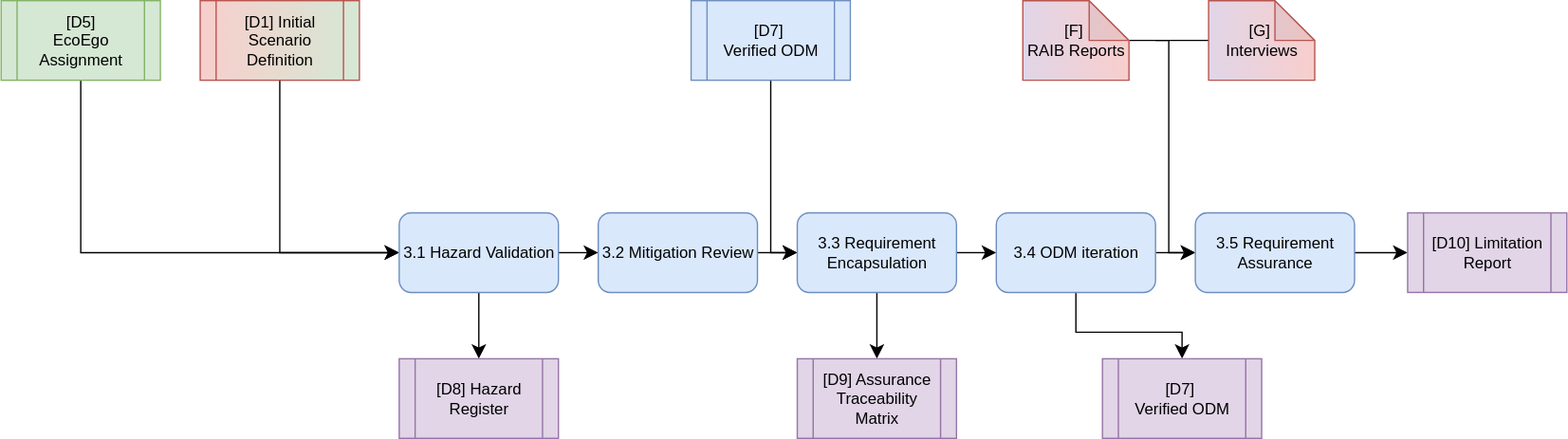
Earlier version of the draw.io export public/diagrams/step-3.svg (TortoiseFather/sacred-site). Source tidied: cells renumbered, new cells last; positions are measured from the earlier drawing's top-left corner, leaving out a move shared by most shapes. Its diagram source:
```xml
<mxGraphModel>
  <root>
    <mxCell id="0" />
    <mxCell id="1" parent="0" />
    <mxCell id="2" style="edgeStyle=none;curved=0;rounded=0;jettySize=auto;html=1;entryX=0;entryY=0.5;entryDx=0;entryDy=0;fontSize=12;startSize=8;endSize=8;" parent="1" edge="1" source="3" target="12">
      <mxGeometry relative="1" as="geometry">
        <Array as="points">
          <mxPoint x="210" y="190" />
        </Array>
      </mxGeometry>
    </mxCell>
    <mxCell id="3" value="[D1] Initial Scenario Definition" style="shape=process;whiteSpace=wrap;html=1;backgroundOutline=1;fillColor=#f8cecc;strokeColor=#b85450;gradientColor=#D5E8D4;gradientDirection=east;" parent="1" vertex="1">
      <mxGeometry x="150" width="120" height="60" as="geometry" />
    </mxCell>
    <mxCell id="4" style="edgeStyle=none;curved=0;rounded=0;jettySize=auto;html=1;fontSize=12;startSize=8;endSize=8;" parent="1" edge="1" source="5">
      <mxGeometry relative="1" as="geometry">
        <mxPoint x="300" y="190" as="targetPoint" />
        <Array as="points">
          <mxPoint x="60" y="190" />
        </Array>
      </mxGeometry>
    </mxCell>
    <mxCell id="5" value="&lt;div&gt;[D5]&lt;/div&gt;&lt;div&gt;EcoEgo Assignment&lt;/div&gt;" style="shape=process;whiteSpace=wrap;html=1;backgroundOutline=1;fillColor=#d5e8d4;strokeColor=#82b366;" parent="1" vertex="1">
      <mxGeometry width="120" height="60" as="geometry" />
    </mxCell>
    <mxCell id="6" style="edgeStyle=none;curved=0;rounded=0;jettySize=auto;html=1;entryX=0;entryY=0.5;entryDx=0;entryDy=0;fontSize=12;startSize=8;endSize=8;" parent="1" edge="1" source="7" target="17">
      <mxGeometry relative="1" as="geometry">
        <Array as="points">
          <mxPoint x="580" y="190" />
        </Array>
      </mxGeometry>
    </mxCell>
    <mxCell id="7" value="&lt;div&gt;[D7]&amp;nbsp;&lt;/div&gt;&lt;div&gt;Verified ODM&lt;/div&gt;" style="shape=process;whiteSpace=wrap;html=1;backgroundOutline=1;fillColor=#dae8fc;strokeColor=#6c8ebf;" parent="1" vertex="1">
      <mxGeometry x="520" width="120" height="60" as="geometry" />
    </mxCell>
    <mxCell id="8" style="edgeStyle=none;curved=0;rounded=0;jettySize=auto;html=1;entryX=0;entryY=0.5;entryDx=0;entryDy=0;fontSize=12;startSize=8;endSize=8;" parent="1" edge="1" source="9" target="22">
      <mxGeometry relative="1" as="geometry">
        <Array as="points">
          <mxPoint x="880" y="30" />
          <mxPoint x="880" y="190" />
        </Array>
      </mxGeometry>
    </mxCell>
    <mxCell id="9" value="&lt;div&gt;[F]&amp;nbsp;&lt;/div&gt;&lt;div&gt;RAIB Reports&lt;/div&gt;" style="shape=note;whiteSpace=wrap;html=1;backgroundOutline=1;darkOpacity=0.05;fillColor=#f8cecc;strokeColor=#b85450;gradientColor=#E1D5E7;gradientDirection=west;" parent="1" vertex="1">
      <mxGeometry x="770" width="80" height="60" as="geometry" />
    </mxCell>
    <mxCell id="10" style="edgeStyle=none;curved=1;rounded=0;jettySize=auto;html=1;fontSize=12;startSize=8;endSize=8;" parent="1" edge="1" source="12" target="14">
      <mxGeometry relative="1" as="geometry" />
    </mxCell>
    <mxCell id="11" style="edgeStyle=none;curved=1;rounded=0;jettySize=auto;html=1;fontSize=12;startSize=8;endSize=8;" parent="1" edge="1" source="12" target="25">
      <mxGeometry relative="1" as="geometry" />
    </mxCell>
    <mxCell id="12" value="3.1 Hazard Validation" style="rounded=1;whiteSpace=wrap;html=1;fillColor=#dae8fc;strokeColor=#6c8ebf;" parent="1" vertex="1">
      <mxGeometry x="300" y="160" width="120" height="60" as="geometry" />
    </mxCell>
    <mxCell id="13" style="edgeStyle=none;curved=1;rounded=0;jettySize=auto;html=1;fontSize=12;startSize=8;endSize=8;" parent="1" edge="1" source="14" target="17">
      <mxGeometry relative="1" as="geometry" />
    </mxCell>
    <mxCell id="14" value="3.2 Mitigation Review" style="rounded=1;whiteSpace=wrap;html=1;fillColor=#dae8fc;strokeColor=#6c8ebf;" parent="1" vertex="1">
      <mxGeometry x="450" y="160" width="120" height="60" as="geometry" />
    </mxCell>
    <mxCell id="15" style="edgeStyle=none;curved=1;rounded=0;jettySize=auto;html=1;fontSize=12;startSize=8;endSize=8;" parent="1" edge="1" source="17" target="20">
      <mxGeometry relative="1" as="geometry" />
    </mxCell>
    <mxCell id="16" style="edgeStyle=none;curved=1;rounded=0;jettySize=auto;html=1;fontSize=12;startSize=8;endSize=8;" parent="1" edge="1" source="17" target="26">
      <mxGeometry relative="1" as="geometry" />
    </mxCell>
    <mxCell id="17" value="3.3 Requirement Encapsulation" style="rounded=1;whiteSpace=wrap;html=1;fillColor=#dae8fc;strokeColor=#6c8ebf;" parent="1" vertex="1">
      <mxGeometry x="600" y="160" width="120" height="60" as="geometry" />
    </mxCell>
    <mxCell id="18" style="edgeStyle=none;curved=0;rounded=0;jettySize=auto;html=1;entryX=0.5;entryY=0;entryDx=0;entryDy=0;fontSize=12;startSize=8;endSize=8;" parent="1" edge="1" source="20" target="28">
      <mxGeometry relative="1" as="geometry">
        <Array as="points">
          <mxPoint x="810" y="250" />
          <mxPoint x="890" y="250" />
        </Array>
      </mxGeometry>
    </mxCell>
    <mxCell id="19" style="edgeStyle=none;curved=1;rounded=0;jettySize=auto;html=1;fontSize=12;startSize=8;endSize=8;" parent="1" edge="1" source="20" target="22">
      <mxGeometry relative="1" as="geometry" />
    </mxCell>
    <mxCell id="20" value="3.4 ODM iteration" style="rounded=1;whiteSpace=wrap;html=1;fillColor=#dae8fc;strokeColor=#6c8ebf;" parent="1" vertex="1">
      <mxGeometry x="750" y="160" width="120" height="60" as="geometry" />
    </mxCell>
    <mxCell id="21" style="edgeStyle=none;curved=1;rounded=0;jettySize=auto;html=1;fontSize=12;startSize=8;endSize=8;" parent="1" edge="1" source="22" target="27">
      <mxGeometry relative="1" as="geometry" />
    </mxCell>
    <mxCell id="22" value="3.5 Requirement Assurance" style="rounded=1;whiteSpace=wrap;html=1;fillColor=#dae8fc;strokeColor=#6c8ebf;" parent="1" vertex="1">
      <mxGeometry x="900" y="160" width="120" height="60" as="geometry" />
    </mxCell>
    <mxCell id="23" style="edgeStyle=none;curved=1;rounded=0;jettySize=auto;html=1;fontSize=12;startSize=8;endSize=8;endArrow=none;endFill=0;" parent="1" edge="1" source="24">
      <mxGeometry relative="1" as="geometry">
        <mxPoint x="870" y="30" as="targetPoint" />
      </mxGeometry>
    </mxCell>
    <mxCell id="24" value="&lt;div&gt;[G]&amp;nbsp;&lt;/div&gt;&lt;div&gt;Interviews&lt;/div&gt;" style="shape=note;whiteSpace=wrap;html=1;backgroundOutline=1;darkOpacity=0.05;fillColor=#f8cecc;strokeColor=#b85450;gradientColor=#E1D5E7;gradientDirection=west;" parent="1" vertex="1">
      <mxGeometry x="910" width="80" height="60" as="geometry" />
    </mxCell>
    <mxCell id="25" value="[D8] Hazard Register" style="shape=process;whiteSpace=wrap;html=1;backgroundOutline=1;fillColor=#e1d5e7;strokeColor=#9673a6;" parent="1" vertex="1">
      <mxGeometry x="300" y="270" width="120" height="60" as="geometry" />
    </mxCell>
    <mxCell id="26" value="[D9] Assurance Traceability Matrix" style="shape=process;whiteSpace=wrap;html=1;backgroundOutline=1;fillColor=#e1d5e7;strokeColor=#9673a6;" parent="1" vertex="1">
      <mxGeometry x="600" y="270" width="120" height="60" as="geometry" />
    </mxCell>
    <mxCell id="27" value="[D10] Limitation Report" style="shape=process;whiteSpace=wrap;html=1;backgroundOutline=1;fillColor=#e1d5e7;strokeColor=#9673a6;" parent="1" vertex="1">
      <mxGeometry x="1060" y="160" width="120" height="60" as="geometry" />
    </mxCell>
    <mxCell id="28" value="&lt;div&gt;[D7]&amp;nbsp;&lt;/div&gt;&lt;div&gt;Verified ODM&lt;/div&gt;" style="shape=process;whiteSpace=wrap;html=1;backgroundOutline=1;fillColor=#e1d5e7;strokeColor=#9673a6;" parent="1" vertex="1">
      <mxGeometry x="830" y="270" width="120" height="60" as="geometry" />
    </mxCell>
  </root>
</mxGraphModel>
```
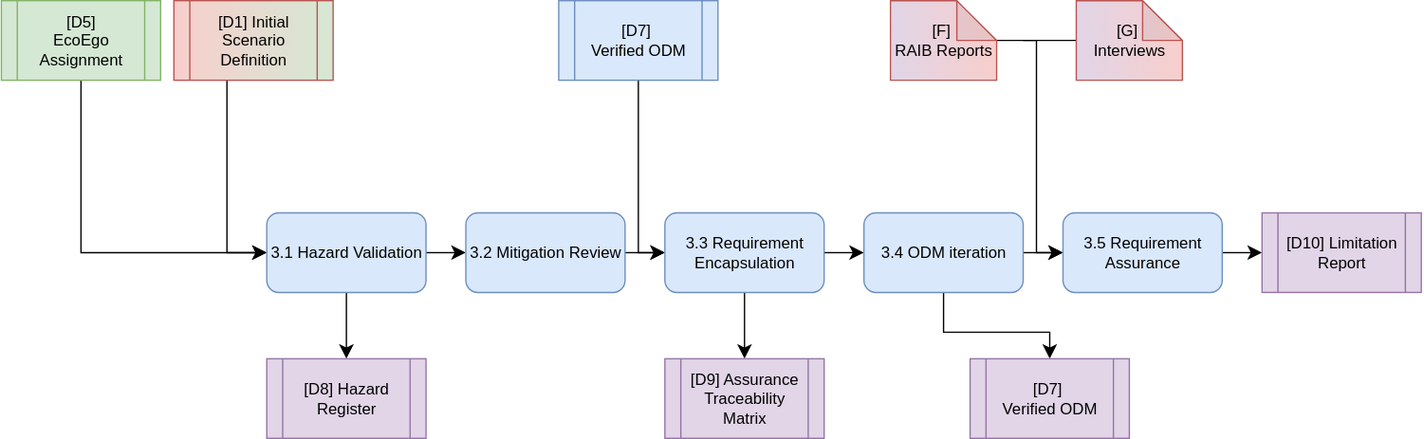
The same diagram one commit later.

Change to the diagram source:
```diff
@@ -2,26 +2,27 @@
   <root>
     <mxCell id="0" />
     <mxCell id="1" parent="0" />
-    <mxCell id="2" style="edgeStyle=none;curved=0;rounded=0;jettySize=auto;html=1;entryX=0;entryY=0.5;entryDx=0;entryDy=0;fontSize=12;startSize=8;endSize=8;" parent="1" edge="1" source="3" target="12">
+    <mxCell id="2" style="edgeStyle=none;curved=0;rounded=0;jettySize=auto;html=1;entryX=0;entryY=0.5;entryDx=0;entryDy=0;fontSize=12;startSize=8;endSize=8;" parent="1" edge="1" target="12">
       <mxGeometry relative="1" as="geometry">
+        <mxPoint x="270" y="50" as="sourcePoint" />
         <Array as="points">
-          <mxPoint x="210" y="190" />
+          <mxPoint x="270" y="190" />
         </Array>
       </mxGeometry>
     </mxCell>
     <mxCell id="3" value="[D1] Initial Scenario Definition" style="shape=process;whiteSpace=wrap;html=1;backgroundOutline=1;fillColor=#f8cecc;strokeColor=#b85450;gradientColor=#D5E8D4;gradientDirection=east;" parent="1" vertex="1">
-      <mxGeometry x="150" width="120" height="60" as="geometry" />
+      <mxGeometry x="230" width="120" height="60" as="geometry" />
     </mxCell>
     <mxCell id="4" style="edgeStyle=none;curved=0;rounded=0;jettySize=auto;html=1;fontSize=12;startSize=8;endSize=8;" parent="1" edge="1" source="5">
       <mxGeometry relative="1" as="geometry">
         <mxPoint x="300" y="190" as="targetPoint" />
         <Array as="points">
-          <mxPoint x="60" y="190" />
+          <mxPoint x="160" y="190" />
         </Array>
       </mxGeometry>
     </mxCell>
     <mxCell id="5" value="&lt;div&gt;[D5]&lt;/div&gt;&lt;div&gt;EcoEgo Assignment&lt;/div&gt;" style="shape=process;whiteSpace=wrap;html=1;backgroundOutline=1;fillColor=#d5e8d4;strokeColor=#82b366;" parent="1" vertex="1">
-      <mxGeometry width="120" height="60" as="geometry" />
+      <mxGeometry x="100" width="120" height="60" as="geometry" />
     </mxCell>
     <mxCell id="6" style="edgeStyle=none;curved=0;rounded=0;jettySize=auto;html=1;entryX=0;entryY=0.5;entryDx=0;entryDy=0;fontSize=12;startSize=8;endSize=8;" parent="1" edge="1" source="7" target="17">
       <mxGeometry relative="1" as="geometry">
@@ -103,7 +104,7 @@
       <mxGeometry x="600" y="270" width="120" height="60" as="geometry" />
     </mxCell>
     <mxCell id="27" value="[D10] Limitation Report" style="shape=process;whiteSpace=wrap;html=1;backgroundOutline=1;fillColor=#e1d5e7;strokeColor=#9673a6;" parent="1" vertex="1">
-      <mxGeometry x="1060" y="160" width="120" height="60" as="geometry" />
+      <mxGeometry x="1050" y="160" width="120" height="60" as="geometry" />
     </mxCell>
     <mxCell id="28" value="&lt;div&gt;[D7]&amp;nbsp;&lt;/div&gt;&lt;div&gt;Verified ODM&lt;/div&gt;" style="shape=process;whiteSpace=wrap;html=1;backgroundOutline=1;fillColor=#e1d5e7;strokeColor=#9673a6;" parent="1" vertex="1">
       <mxGeometry x="830" y="270" width="120" height="60" as="geometry" />
```
